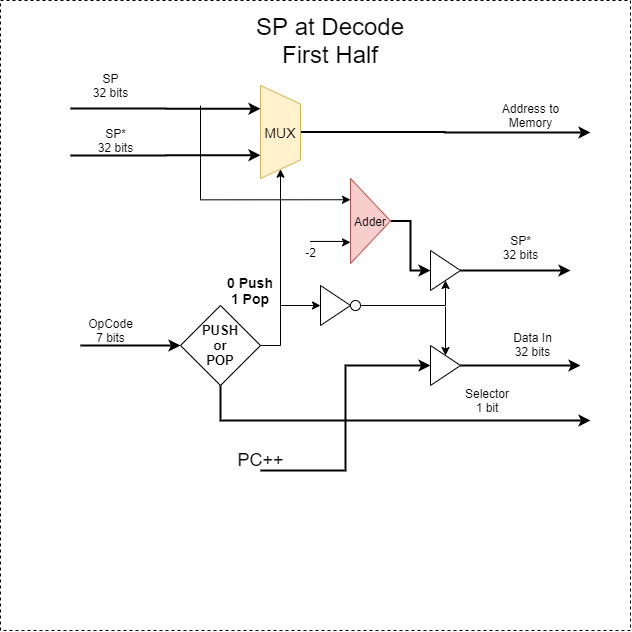
This is docs/Designs/SPU at 1st half of Decode.png from mido3ds/pipeline-risc-cpu, a draw.io export, as it was before one commit. Source tidied: cells renumbered, new cells last; positions are measured from the earlier drawing's top-left corner, leaving out a move shared by most shapes. Source of this version:
```xml
<mxGraphModel>
  <root>
    <mxCell id="0" />
    <mxCell id="1" parent="0" />
    <mxCell id="2" style="whiteSpace=wrap;html=1;dashed=1;" parent="1" vertex="1">
      <mxGeometry width="630" height="630" as="geometry" />
    </mxCell>
    <mxCell id="3" value="&lt;font style=&quot;font-size: 24px&quot;&gt;SP at Decode&lt;br&gt;First Half&lt;br&gt;&lt;/font&gt;" style="text;html=1;strokeColor=none;fillColor=none;align=center;verticalAlign=middle;whiteSpace=wrap;rounded=0;" parent="1" vertex="1">
      <mxGeometry x="200" y="30" width="260" height="20" as="geometry" />
    </mxCell>
    <mxCell id="4" style="edgeStyle=orthogonalEdgeStyle;rounded=0;jettySize=auto;html=1;strokeWidth=2;" parent="1" edge="1" target="7">
      <mxGeometry relative="1" as="geometry">
        <mxPoint x="80" y="345" as="sourcePoint" />
      </mxGeometry>
    </mxCell>
    <mxCell id="5" style="edgeStyle=orthogonalEdgeStyle;rounded=0;jettySize=auto;html=1;exitX=1;exitY=0.5;exitDx=0;exitDy=0;entryX=1;entryY=0.5;entryDx=0;entryDy=0;strokeWidth=1;" parent="1" edge="1" source="7" target="12">
      <mxGeometry relative="1" as="geometry" />
    </mxCell>
    <mxCell id="6" style="edgeStyle=orthogonalEdgeStyle;rounded=0;jettySize=auto;html=1;strokeWidth=2;" parent="1" edge="1" source="7">
      <mxGeometry relative="1" as="geometry">
        <mxPoint x="590" y="420" as="targetPoint" />
        <Array as="points">
          <mxPoint x="220" y="420" />
        </Array>
      </mxGeometry>
    </mxCell>
    <mxCell id="7" value="&lt;b style=&quot;font-size: 13px&quot;&gt;PUSH&lt;br&gt;or&lt;br&gt;POP&lt;/b&gt;" style="rhombus;whiteSpace=wrap;html=1;" parent="1" vertex="1">
      <mxGeometry x="180" y="305" width="80" height="80" as="geometry" />
    </mxCell>
    <mxCell id="8" value="OpCode&lt;br&gt;7 bits" style="text;html=1;align=center;verticalAlign=middle;" parent="1" vertex="1">
      <mxGeometry x="80" y="315" width="60" height="30" as="geometry" />
    </mxCell>
    <mxCell id="9" style="edgeStyle=orthogonalEdgeStyle;rounded=0;jettySize=auto;html=1;strokeWidth=2;entryX=0.25;entryY=1;entryDx=0;entryDy=0;" parent="1" edge="1" target="12">
      <mxGeometry relative="1" as="geometry">
        <mxPoint x="70" y="108" as="sourcePoint" />
      </mxGeometry>
    </mxCell>
    <mxCell id="10" style="edgeStyle=orthogonalEdgeStyle;rounded=0;jettySize=auto;html=1;strokeWidth=2;entryX=0.75;entryY=1;entryDx=0;entryDy=0;" parent="1" edge="1" target="12">
      <mxGeometry relative="1" as="geometry">
        <mxPoint x="70" y="155" as="sourcePoint" />
      </mxGeometry>
    </mxCell>
    <mxCell id="11" style="edgeStyle=orthogonalEdgeStyle;rounded=0;jettySize=auto;html=1;strokeWidth=2;" parent="1" edge="1" source="12">
      <mxGeometry relative="1" as="geometry">
        <mxPoint x="590" y="132" as="targetPoint" />
      </mxGeometry>
    </mxCell>
    <mxCell id="12" value="&lt;font style=&quot;font-size: 14px&quot;&gt;MUX&lt;/font&gt;" style="shape=trapezoid;perimeter=trapezoidPerimeter;whiteSpace=wrap;html=1;direction=south;fillColor=#fff2cc;strokeColor=#d6b656;" parent="1" vertex="1">
      <mxGeometry x="260" y="85" width="40" height="93" as="geometry" />
    </mxCell>
    <mxCell id="13" value="SP&lt;br&gt;32 bits" style="text;html=1;align=center;verticalAlign=middle;" parent="1" vertex="1">
      <mxGeometry x="85" y="70" width="50" height="30" as="geometry" />
    </mxCell>
    <mxCell id="14" value="SP*&lt;br&gt;32 bits" style="text;html=1;align=center;verticalAlign=middle;" parent="1" vertex="1">
      <mxGeometry x="90" y="125" width="50" height="30" as="geometry" />
    </mxCell>
    <mxCell id="15" value="Address to&lt;br&gt;Memory" style="text;html=1;align=center;verticalAlign=middle;" parent="1" vertex="1">
      <mxGeometry x="495" y="100" width="70" height="30" as="geometry" />
    </mxCell>
    <mxCell id="16" value="&lt;font style=&quot;font-size: 14px&quot;&gt;&lt;b&gt;0 Push&lt;br&gt;1 Pop&lt;/b&gt;&lt;/font&gt;" style="text;html=1;strokeColor=none;fillColor=none;align=center;verticalAlign=middle;whiteSpace=wrap;rounded=0;" parent="1" vertex="1">
      <mxGeometry x="220" y="280" width="60" height="20" as="geometry" />
    </mxCell>
    <mxCell id="17" style="edgeStyle=orthogonalEdgeStyle;rounded=0;jettySize=auto;html=1;exitX=0.483;exitY=-0.053;exitDx=0;exitDy=0;entryX=0;entryY=0.75;entryDx=0;entryDy=0;strokeWidth=1;exitPerimeter=0;" parent="1" edge="1" source="21" target="20">
      <mxGeometry relative="1" as="geometry" />
    </mxCell>
    <mxCell id="18" style="edgeStyle=orthogonalEdgeStyle;rounded=0;jettySize=auto;html=1;exitX=0;exitY=0.25;exitDx=0;exitDy=0;strokeWidth=1;entryX=0;entryY=0.25;entryDx=0;entryDy=0;" parent="1" edge="1" target="20">
      <mxGeometry relative="1" as="geometry">
        <mxPoint x="200" y="105" as="sourcePoint" />
        <Array as="points">
          <mxPoint x="200" y="199" />
        </Array>
      </mxGeometry>
    </mxCell>
    <mxCell id="19" style="edgeStyle=orthogonalEdgeStyle;rounded=0;jettySize=auto;html=1;entryX=0;entryY=0.5;entryDx=0;entryDy=0;strokeWidth=2;" parent="1" edge="1" source="20" target="24">
      <mxGeometry relative="1" as="geometry" />
    </mxCell>
    <mxCell id="20" value="&lt;font style=&quot;font-size: 12px&quot;&gt;Adder&lt;/font&gt;" style="triangle;whiteSpace=wrap;html=1;align=center;fillColor=#f8cecc;strokeColor=#b85450;" parent="1" vertex="1">
      <mxGeometry x="350" y="178" width="40" height="85" as="geometry" />
    </mxCell>
    <mxCell id="21" value="-2" style="text;html=1;align=center;verticalAlign=middle;points=[];" parent="1" vertex="1">
      <mxGeometry x="295" y="242" width="30" height="20" as="geometry" />
    </mxCell>
    <mxCell id="22" value="SP*&lt;br&gt;32 bits" style="text;html=1;align=center;verticalAlign=middle;" parent="1" vertex="1">
      <mxGeometry x="495" y="232" width="50" height="30" as="geometry" />
    </mxCell>
    <mxCell id="23" style="edgeStyle=orthogonalEdgeStyle;rounded=0;jettySize=auto;html=1;strokeWidth=2;" parent="1" edge="1" source="24">
      <mxGeometry relative="1" as="geometry">
        <mxPoint x="570" y="270" as="targetPoint" />
      </mxGeometry>
    </mxCell>
    <mxCell id="24" style="triangle;whiteSpace=wrap;html=1;" parent="1" vertex="1">
      <mxGeometry x="430" y="250" width="30" height="40" as="geometry" />
    </mxCell>
    <mxCell id="25" style="edgeStyle=orthogonalEdgeStyle;rounded=0;jettySize=auto;html=1;strokeWidth=1;" parent="1" edge="1" target="26">
      <mxGeometry relative="1" as="geometry">
        <mxPoint x="280" y="305" as="sourcePoint" />
      </mxGeometry>
    </mxCell>
    <mxCell id="26" style="triangle;whiteSpace=wrap;html=1;" parent="1" vertex="1">
      <mxGeometry x="320" y="285" width="30" height="40" as="geometry" />
    </mxCell>
    <mxCell id="27" style="edgeStyle=orthogonalEdgeStyle;rounded=0;jettySize=auto;html=1;exitX=1;exitY=0.5;exitDx=0;exitDy=0;entryX=0.5;entryY=1;entryDx=0;entryDy=0;strokeWidth=1;" parent="1" edge="1" source="28" target="24">
      <mxGeometry relative="1" as="geometry">
        <Array as="points">
          <mxPoint x="445" y="305" />
        </Array>
      </mxGeometry>
    </mxCell>
    <mxCell id="28" style="ellipse;whiteSpace=wrap;html=1;" parent="1" vertex="1">
      <mxGeometry x="350" y="300" width="10" height="10" as="geometry" />
    </mxCell>
    <mxCell id="29" style="edgeStyle=orthogonalEdgeStyle;rounded=0;jettySize=auto;html=1;entryX=0;entryY=0.5;entryDx=0;entryDy=0;strokeWidth=2;" parent="1" edge="1" target="31">
      <mxGeometry relative="1" as="geometry">
        <mxPoint x="260" y="470" as="sourcePoint" />
      </mxGeometry>
    </mxCell>
    <mxCell id="30" style="edgeStyle=orthogonalEdgeStyle;rounded=0;jettySize=auto;html=1;strokeWidth=2;" parent="1" edge="1" source="31">
      <mxGeometry relative="1" as="geometry">
        <mxPoint x="580" y="365" as="targetPoint" />
      </mxGeometry>
    </mxCell>
    <mxCell id="31" style="triangle;whiteSpace=wrap;html=1;" parent="1" vertex="1">
      <mxGeometry x="430" y="345" width="30" height="40" as="geometry" />
    </mxCell>
    <mxCell id="32" style="endArrow=classic;html=1;entryX=0.5;entryY=0;entryDx=0;entryDy=0;" parent="1" edge="1" target="31">
      <mxGeometry relative="1" as="geometry">
        <mxPoint x="445" y="306" as="sourcePoint" />
      </mxGeometry>
    </mxCell>
    <mxCell id="33" value="&lt;font style=&quot;font-size: 18px&quot;&gt;PC++&lt;/font&gt;" style="text;html=1;align=center;verticalAlign=middle;" parent="1" vertex="1">
      <mxGeometry x="230" y="450" width="60" height="20" as="geometry" />
    </mxCell>
    <mxCell id="34" value="Data In&lt;br&gt;32 bits" style="text;html=1;align=center;verticalAlign=middle;" parent="1" vertex="1">
      <mxGeometry x="507" y="329" width="50" height="30" as="geometry" />
    </mxCell>
    <mxCell id="35" value="Selector&lt;br&gt;1 bit" style="text;html=1;strokeColor=none;fillColor=none;align=center;verticalAlign=middle;whiteSpace=wrap;rounded=0;" parent="1" vertex="1">
      <mxGeometry x="467" y="390" width="40" height="20" as="geometry" />
    </mxCell>
  </root>
</mxGraphModel>
```
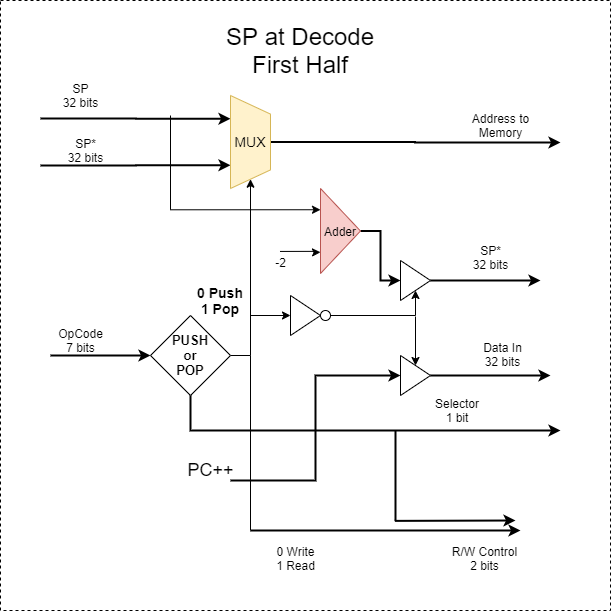
Later version of the same file.

The edit, as a diff of the source:
```diff
@@ -2,9 +2,9 @@
   <root>
     <mxCell id="0" />
     <mxCell id="1" parent="0" />
-    <mxCell id="2" style="whiteSpace=wrap;html=1;dashed=1;" parent="1" vertex="1">
-      <mxGeometry width="630" height="630" as="geometry" />
-    </mxCell>
+    <mxCell id="36" style="whiteSpace=wrap;html=1;dashed=1;" parent="1" vertex="1">
+      <mxGeometry x="30" y="-10" width="610" height="610" as="geometry" />
+    </mxCell>
     <mxCell id="3" value="&lt;font style=&quot;font-size: 24px&quot;&gt;SP at Decode&lt;br&gt;First Half&lt;br&gt;&lt;/font&gt;" style="text;html=1;strokeColor=none;fillColor=none;align=center;verticalAlign=middle;whiteSpace=wrap;rounded=0;" parent="1" vertex="1">
       <mxGeometry x="200" y="30" width="260" height="20" as="geometry" />
     </mxCell>
@@ -128,7 +128,7 @@
       </mxGeometry>
     </mxCell>
     <mxCell id="33" value="&lt;font style=&quot;font-size: 18px&quot;&gt;PC++&lt;/font&gt;" style="text;html=1;align=center;verticalAlign=middle;" parent="1" vertex="1">
-      <mxGeometry x="230" y="450" width="60" height="20" as="geometry" />
+      <mxGeometry x="210" y="450" width="60" height="20" as="geometry" />
     </mxCell>
     <mxCell id="34" value="Data In&lt;br&gt;32 bits" style="text;html=1;align=center;verticalAlign=middle;" parent="1" vertex="1">
       <mxGeometry x="507" y="329" width="50" height="30" as="geometry" />
@@ -136,5 +136,35 @@
     <mxCell id="35" value="Selector&lt;br&gt;1 bit" style="text;html=1;strokeColor=none;fillColor=none;align=center;verticalAlign=middle;whiteSpace=wrap;rounded=0;" parent="1" vertex="1">
       <mxGeometry x="467" y="390" width="40" height="20" as="geometry" />
     </mxCell>
+    <mxCell id="37" style="endArrow=classic;html=1;strokeWidth=2;" parent="1" edge="1">
+      <mxGeometry relative="1" as="geometry">
+        <mxPoint x="424.4" y="510.4" as="sourcePoint" />
+        <mxPoint x="545" y="510" as="targetPoint" />
+      </mxGeometry>
+    </mxCell>
+    <mxCell id="38" style="endArrow=classic;html=1;strokeWidth=2;" parent="1" edge="1">
+      <mxGeometry relative="1" as="geometry">
+        <mxPoint x="280" y="520" as="sourcePoint" />
+        <mxPoint x="550" y="520" as="targetPoint" />
+      </mxGeometry>
+    </mxCell>
+    <mxCell id="39" style="endArrow=none;html=1;strokeWidth=2;" parent="1" edge="1">
+      <mxGeometry relative="1" as="geometry">
+        <mxPoint x="425" y="510" as="sourcePoint" />
+        <mxPoint x="425" y="420" as="targetPoint" />
+      </mxGeometry>
+    </mxCell>
+    <mxCell id="40" value="R/W Control&lt;br&gt;2 bits" style="text;html=1;align=center;verticalAlign=middle;" parent="1" vertex="1">
+      <mxGeometry x="474" y="533" width="80" height="30" as="geometry" />
+    </mxCell>
+    <mxCell id="41" style="endArrow=none;html=1;strokeWidth=1;" parent="1" edge="1">
+      <mxGeometry relative="1" as="geometry">
+        <mxPoint x="280" y="520" as="sourcePoint" />
+        <mxPoint x="280" y="345" as="targetPoint" />
+      </mxGeometry>
+    </mxCell>
+    <mxCell id="42" value="0 Write&lt;br&gt;1 Read" style="text;html=1;align=center;verticalAlign=middle;" parent="1" vertex="1">
+      <mxGeometry x="300" y="533" width="50" height="30" as="geometry" />
+    </mxCell>
   </root>
 </mxGraphModel>
```
